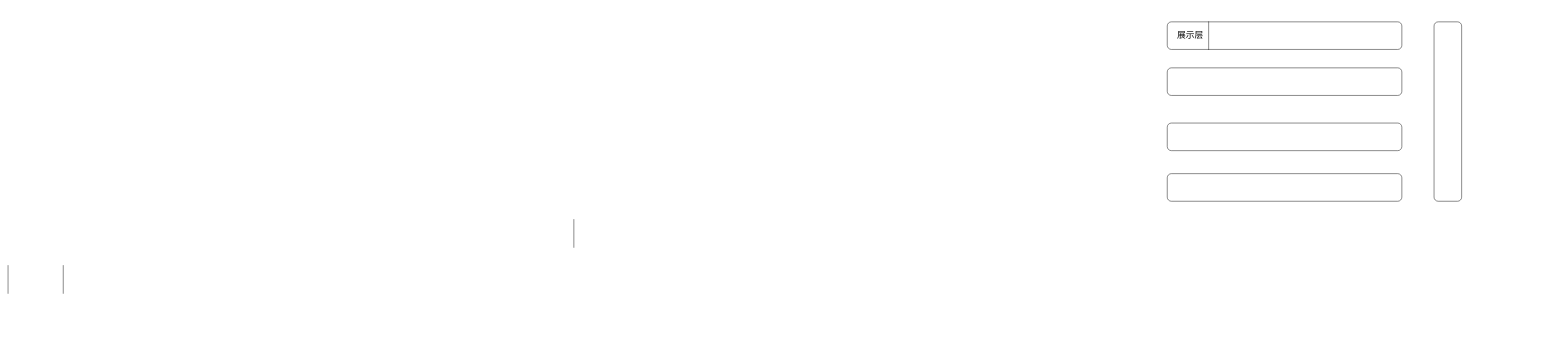
Before: 未命名绘图.drawio in YangDongDD/-, a draw.io diagram. Source tidied: cells renumbered, new cells numbered last; positions are measured from the earlier drawing's top-left corner, leaving out a move shared by most shapes. Both pictures are drawn from the tidied source at 46%, with x=0, y=0 at pixel (8, 22).
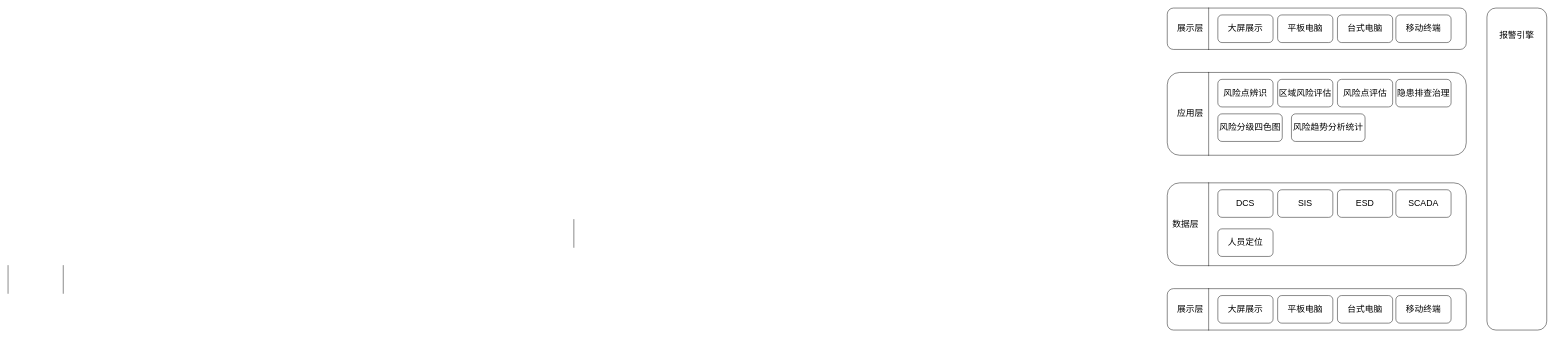
After the change.

Commit message (it also covers changes not shown here):
更新未命名绘图.drawio

The edit, as a diff of the source:
```diff
@@
     <mxCell id="2" style="rounded=1;whiteSpace=wrap;html=1;" parent="1" vertex="1">
-      <mxGeometry x="2520" width="510" height="60" as="geometry" />
+      <mxGeometry x="2520" y="-30" width="650" height="90" as="geometry" />
     </mxCell>
-    <mxCell id="3" style="rounded=1;whiteSpace=wrap;html=1;" parent="1" vertex="1">
-      <mxGeometry x="2520" y="100" width="510" height="60" as="geometry" />
-    </mxCell>
-    <mxCell id="4" style="rounded=1;whiteSpace=wrap;html=1;" parent="1" vertex="1">
-      <mxGeometry x="2520" y="220" width="510" height="60" as="geometry" />
-    </mxCell>
-    <mxCell id="5" style="rounded=1;whiteSpace=wrap;html=1;" parent="1" vertex="1">
-      <mxGeometry x="2520" y="330" width="510" height="60" as="geometry" />
-    </mxCell>
     <mxCell id="6" style="rounded=1;whiteSpace=wrap;html=1;rotation=90;" parent="1" vertex="1">
-      <mxGeometry x="2935" y="165" width="390" height="60" as="geometry" />
+      <mxGeometry x="2930" y="255" width="700" height="130" as="geometry" />
     </mxCell>
@@
     <mxCell id="9" style="shape=partialRectangle;whiteSpace=wrap;html=1;right=0;top=0;bottom=0;fillColor=none;routingCenterX=-0.5;" parent="1" vertex="1">
-      <mxGeometry x="2610" width="120" height="60" as="geometry" />
+      <mxGeometry x="2610" y="-30" width="120" height="90" as="geometry" />
     </mxCell>
     <mxCell id="10" value="展示层" style="text;html=1;strokeColor=none;fillColor=none;align=center;verticalAlign=middle;whiteSpace=wrap;rounded=0;fontSize=19;" parent="1" vertex="1">
-      <mxGeometry x="2540" y="15" width="60" height="30" as="geometry" />
+      <mxGeometry x="2540" width="60" height="30" as="geometry" />
     </mxCell>
+    <mxCell id="11" value="大屏展示" style="rounded=1;whiteSpace=wrap;html=1;fontSize=19;" parent="1" vertex="1">
+      <mxGeometry x="2630" y="-15" width="120" height="60" as="geometry" />
+    </mxCell>
+    <mxCell id="12" value="平板电脑" style="rounded=1;whiteSpace=wrap;html=1;fontSize=19;" parent="1" vertex="1">
+      <mxGeometry x="2760" y="-15" width="120" height="60" as="geometry" />
+    </mxCell>
+    <mxCell id="13" value="台式电脑" style="rounded=1;whiteSpace=wrap;html=1;fontSize=19;" parent="1" vertex="1">
+      <mxGeometry x="2890" y="-15" width="120" height="60" as="geometry" />
+    </mxCell>
+    <mxCell id="14" value="移动终端" style="rounded=1;whiteSpace=wrap;html=1;fontSize=19;" parent="1" vertex="1">
+      <mxGeometry x="3017" y="-15" width="120" height="60" as="geometry" />
+    </mxCell>
+    <mxCell id="15" style="rounded=1;whiteSpace=wrap;html=1;" parent="1" vertex="1">
+      <mxGeometry x="2520" y="110" width="650" height="180" as="geometry" />
+    </mxCell>
+    <mxCell id="16" style="shape=partialRectangle;whiteSpace=wrap;html=1;right=0;top=0;bottom=0;fillColor=none;routingCenterX=-0.5;" parent="1" vertex="1">
+      <mxGeometry x="2610" y="110" width="120" height="180" as="geometry" />
+    </mxCell>
+    <mxCell id="17" value="应用层" style="text;html=1;strokeColor=none;fillColor=none;align=center;verticalAlign=middle;whiteSpace=wrap;rounded=0;fontSize=19;" parent="1" vertex="1">
+      <mxGeometry x="2540" y="185" width="60" height="30" as="geometry" />
+    </mxCell>
+    <mxCell id="18" value="风险点辨识" style="rounded=1;whiteSpace=wrap;html=1;fontSize=19;" parent="1" vertex="1">
+      <mxGeometry x="2630" y="125" width="120" height="60" as="geometry" />
+    </mxCell>
+    <mxCell id="19" value="区域风险评估" style="rounded=1;whiteSpace=wrap;html=1;fontSize=19;" parent="1" vertex="1">
+      <mxGeometry x="2760" y="125" width="120" height="60" as="geometry" />
+    </mxCell>
+    <mxCell id="20" value="风险点评估" style="rounded=1;whiteSpace=wrap;html=1;fontSize=19;" parent="1" vertex="1">
+      <mxGeometry x="2890" y="125" width="120" height="60" as="geometry" />
+    </mxCell>
+    <mxCell id="21" value="隐患排查治理" style="rounded=1;whiteSpace=wrap;html=1;fontSize=19;" parent="1" vertex="1">
+      <mxGeometry x="3017" y="125" width="120" height="60" as="geometry" />
+    </mxCell>
+    <mxCell id="22" value="风险分级四色图" style="rounded=1;whiteSpace=wrap;html=1;fontSize=19;" parent="1" vertex="1">
+      <mxGeometry x="2630" y="200" width="140" height="60" as="geometry" />
+    </mxCell>
+    <mxCell id="23" value="风险趋势分析统计" style="rounded=1;whiteSpace=wrap;html=1;fontSize=19;" parent="1" vertex="1">
+      <mxGeometry x="2790" y="200" width="160" height="60" as="geometry" />
+    </mxCell>
+    <mxCell id="24" style="rounded=1;whiteSpace=wrap;html=1;" parent="1" vertex="1">
+      <mxGeometry x="2520" y="350" width="650" height="180" as="geometry" />
+    </mxCell>
+    <mxCell id="25" style="shape=partialRectangle;whiteSpace=wrap;html=1;right=0;top=0;bottom=0;fillColor=none;routingCenterX=-0.5;" parent="1" vertex="1">
+      <mxGeometry x="2610" y="350" width="120" height="180" as="geometry" />
+    </mxCell>
+    <mxCell id="26" value="数据层" style="text;html=1;strokeColor=none;fillColor=none;align=center;verticalAlign=middle;whiteSpace=wrap;rounded=0;fontSize=19;" parent="1" vertex="1">
+      <mxGeometry x="2530" y="425" width="60" height="30" as="geometry" />
+    </mxCell>
+    <mxCell id="27" value="DCS" style="rounded=1;whiteSpace=wrap;html=1;fontSize=19;" parent="1" vertex="1">
+      <mxGeometry x="2630" y="365" width="120" height="60" as="geometry" />
+    </mxCell>
+    <mxCell id="28" value="SIS" style="rounded=1;whiteSpace=wrap;html=1;fontSize=19;" parent="1" vertex="1">
+      <mxGeometry x="2760" y="365" width="120" height="60" as="geometry" />
+    </mxCell>
+    <mxCell id="29" value="ESD" style="rounded=1;whiteSpace=wrap;html=1;fontSize=19;" parent="1" vertex="1">
+      <mxGeometry x="2890" y="365" width="120" height="60" as="geometry" />
+    </mxCell>
+    <mxCell id="30" value="SCADA" style="rounded=1;whiteSpace=wrap;html=1;fontSize=19;" parent="1" vertex="1">
+      <mxGeometry x="3017" y="365" width="120" height="60" as="geometry" />
+    </mxCell>
+    <mxCell id="31" value="人员定位" style="rounded=1;whiteSpace=wrap;html=1;fontSize=19;" parent="1" vertex="1">
+      <mxGeometry x="2630" y="450" width="120" height="60" as="geometry" />
+    </mxCell>
+    <mxCell id="32" style="rounded=1;whiteSpace=wrap;html=1;" parent="1" vertex="1">
+      <mxGeometry x="2520" y="580" width="650" height="90" as="geometry" />
+    </mxCell>
+    <mxCell id="33" style="shape=partialRectangle;whiteSpace=wrap;html=1;right=0;top=0;bottom=0;fillColor=none;routingCenterX=-0.5;" parent="1" vertex="1">
+      <mxGeometry x="2610" y="580" width="120" height="90" as="geometry" />
+    </mxCell>
+    <mxCell id="34" value="展示层" style="text;html=1;strokeColor=none;fillColor=none;align=center;verticalAlign=middle;whiteSpace=wrap;rounded=0;fontSize=19;" parent="1" vertex="1">
+      <mxGeometry x="2540" y="610" width="60" height="30" as="geometry" />
+    </mxCell>
+    <mxCell id="35" value="大屏展示" style="rounded=1;whiteSpace=wrap;html=1;fontSize=19;" parent="1" vertex="1">
+      <mxGeometry x="2630" y="595" width="120" height="60" as="geometry" />
+    </mxCell>
+    <mxCell id="36" value="平板电脑" style="rounded=1;whiteSpace=wrap;html=1;fontSize=19;" parent="1" vertex="1">
+      <mxGeometry x="2760" y="595" width="120" height="60" as="geometry" />
+    </mxCell>
+    <mxCell id="37" value="台式电脑" style="rounded=1;whiteSpace=wrap;html=1;fontSize=19;" parent="1" vertex="1">
+      <mxGeometry x="2890" y="595" width="120" height="60" as="geometry" />
+    </mxCell>
+    <mxCell id="38" value="移动终端" style="rounded=1;whiteSpace=wrap;html=1;fontSize=19;" parent="1" vertex="1">
+      <mxGeometry x="3017" y="595" width="120" height="60" as="geometry" />
+    </mxCell>
+    <mxCell id="39" value="报警引擎" style="text;html=1;strokeColor=none;fillColor=none;align=center;verticalAlign=middle;whiteSpace=wrap;rounded=0;fontSize=19;" parent="1" vertex="1">
+      <mxGeometry x="3240" y="15" width="80" height="30" as="geometry" />
+    </mxCell>
```
